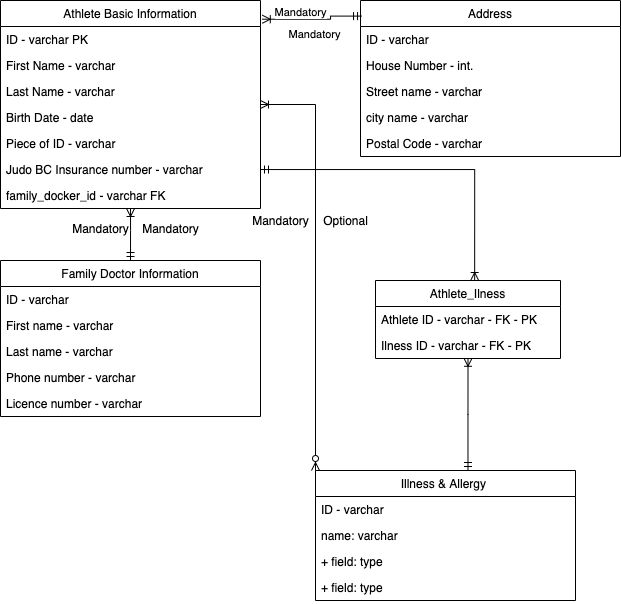
faridvahedi/Flowcharts keeps this draw.io diagram as FinalExam.png. Above is the earlier version. Source tidied: cells renumbered, new cells last; positions are measured from the earlier drawing's top-left corner, leaving out a move shared by most shapes.
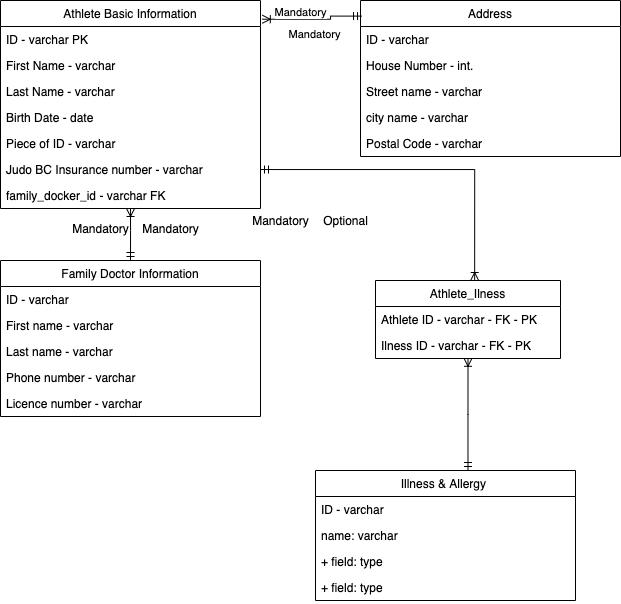
Above is the later version.

Change to the diagram source:
```diff
@@ -23,9 +23,6 @@
         </Array>
       </mxGeometry>
     </mxCell>
-    <mxCell id="5" style="edgeStyle=orthogonalEdgeStyle;rounded=0;jettySize=auto;html=1;entryX=0;entryY=0;entryDx=0;entryDy=0;endArrow=ERzeroToMany;endFill=1;startArrow=ERoneToMany;startFill=0;" parent="1" edge="1" source="6" target="32">
-      <mxGeometry relative="1" as="geometry" />
-    </mxCell>
     <mxCell id="6" value="Athlete Basic Information" style="swimlane;fontStyle=0;horizontal=1;startSize=26;fillColor=none;" parent="1" vertex="1">
       <mxGeometry width="260" height="208" as="geometry" />
     </mxCell>
```
